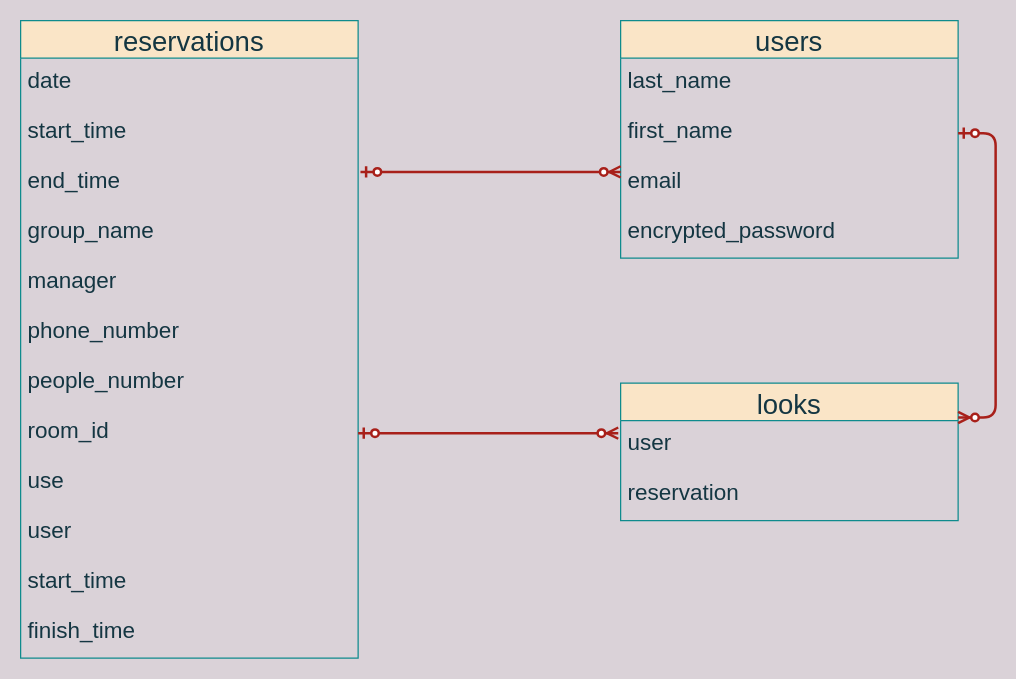
rieco-y/gjden keeps this draw.io diagram as gjden.dio. Above is the earlier version. Source tidied: cells renumbered, new cells numbered last; positions are measured from the earlier drawing's top-left corner, leaving out a move shared by most shapes. Both pictures are drawn from the tidied source at 125%, with x=0, y=0 at pixel (20, 20).
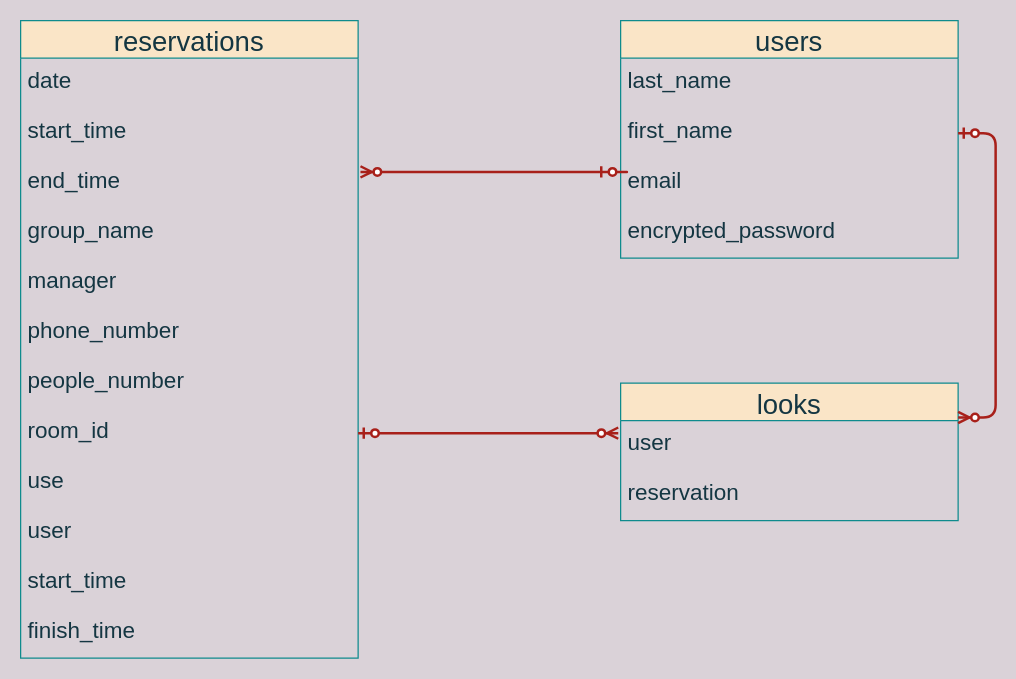
Above is the later version.

Commit message:
ER図修正（usersとreservationの関係性が逆）

The change refers to these unchanged cells:
```xml
<mxCell id="10" value="end_time" style="text;strokeColor=none;fillColor=none;spacingLeft=4;spacingRight=4;overflow=hidden;points=[[0,0.5],[1,0.5]];portConstraint=eastwest;fontSize=18;fontColor=#143642;" parent="7" vertex="1">
  <mxGeometry y="110" width="270" height="40" as="geometry" />
</mxCell>
```

Change to the diagram source:
```diff
@@
-    <mxCell id="20" style="edgeStyle=entityRelationEdgeStyle;fontSize=12;html=1;endArrow=ERzeroToMany;startArrow=ERzeroToOne;fontColor=#143642;strokeColor=#A8201A;fillColor=#FAE5C7;exitX=1.007;exitY=0.275;exitDx=0;exitDy=0;exitPerimeter=0;jumpSize=6;strokeWidth=2;targetPerimeterSpacing=3;" parent="1" edge="1" source="10">
+    <mxCell id="20" style="edgeStyle=entityRelationEdgeStyle;fontSize=12;html=1;endArrow=ERzeroToMany;startArrow=ERzeroToOne;fontColor=#143642;strokeColor=#A8201A;fillColor=#FAE5C7;jumpSize=6;strokeWidth=2;entryX=1.007;entryY=0.275;entryDx=0;entryDy=0;entryPerimeter=0;sourcePerimeterSpacing=3;" parent="1" edge="1" target="10">
       <mxGeometry relative="1" as="geometry">
-        <mxPoint x="480" y="121" as="targetPoint" />
+        <mxPoint x="460" y="121" as="sourcePoint" />
       </mxGeometry>
     </mxCell>
```
